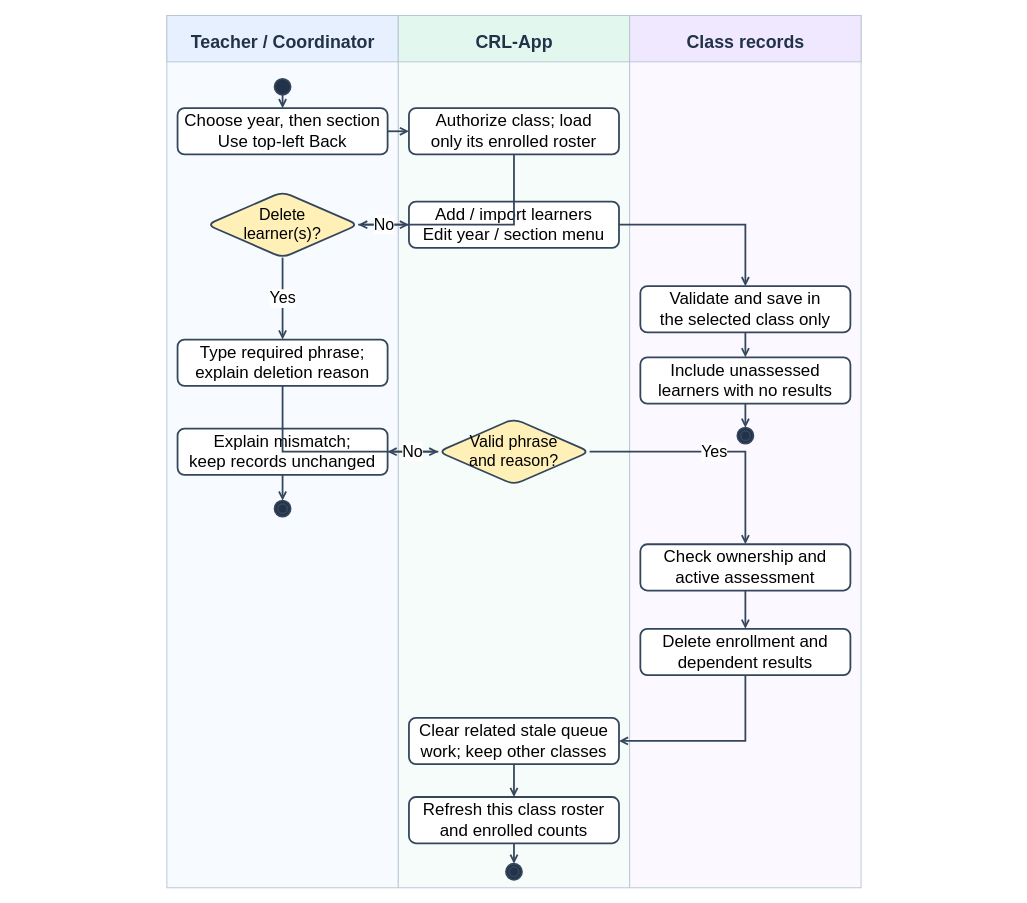
Earlier version of the draw.io diagram docs/diagrams/class-workspaces/figure-15-class-management.drawio (AkuSayangKamuJudaSayang/crl-app). Source tidied: cells renumbered, new cells numbered last; positions are measured from the earlier drawing's top-left corner, leaving out a move shared by most shapes. Both pictures are drawn from the tidied source at 89%, with x=0, y=0 at pixel (15, 15).
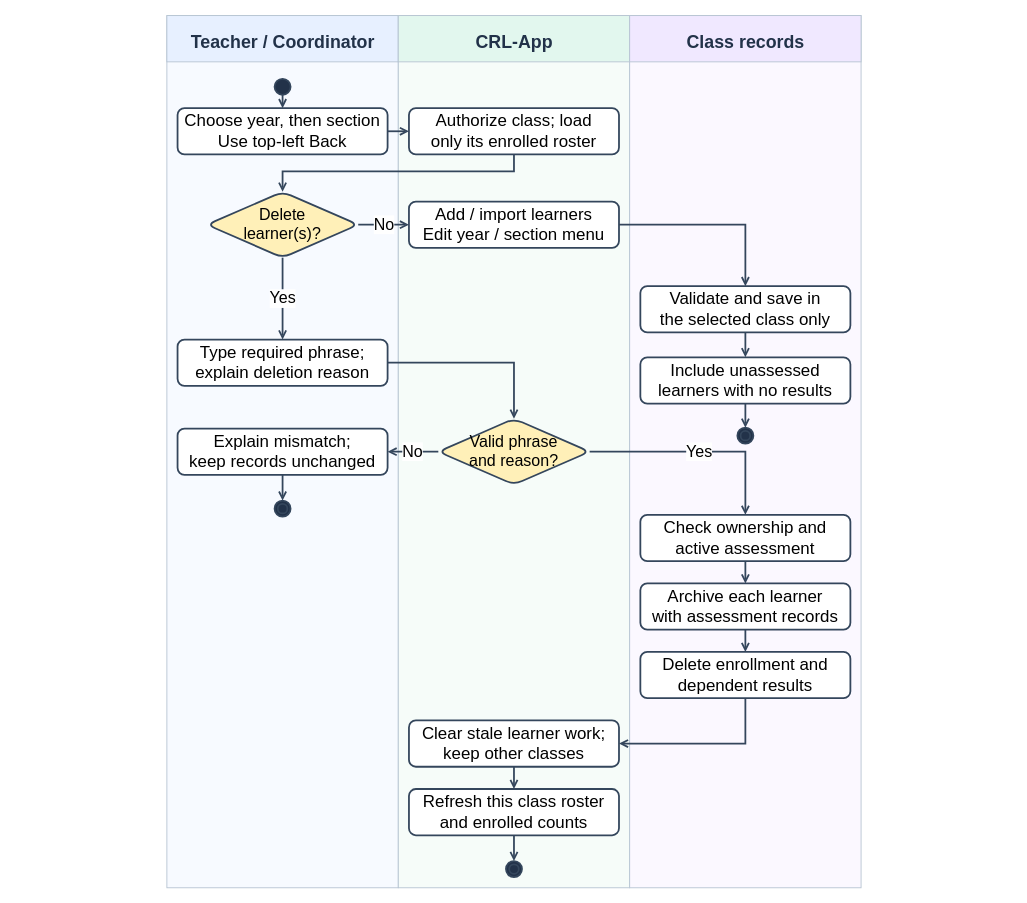
After the change.

The change refers to these unchanged cells:
```xml
<mxCell id="13" value="Authorize class; load&lt;br&gt;only its enrolled roster" style="rounded=1;whiteSpace=wrap;html=1;fillColor=#ffffff;strokeColor=#34465c;strokeWidth=2;fontSize=19;" parent="1" vertex="1">
  <mxGeometry x="442" y="104" width="236" height="52" as="geometry" />
</mxCell>
<mxCell id="14" value="Delete&lt;br&gt;learner(s)?" style="rounded=1;whiteSpace=wrap;html=1;fillColor=#ffffff;strokeColor=#34465c;strokeWidth=2;fontSize=19;shape=rhombus;fillColor=#fff0b8;fontSize=18;" parent="1" vertex="1">
  <mxGeometry x="215" y="198" width="170" height="74" as="geometry" />
</mxCell>
<mxCell id="19" value="Type required phrase;&lt;br&gt;explain deletion reason" style="rounded=1;whiteSpace=wrap;html=1;fillColor=#ffffff;strokeColor=#34465c;strokeWidth=2;fontSize=19;" parent="1" vertex="1">
  <mxGeometry x="182" y="364" width="236" height="52" as="geometry" />
</mxCell>
<mxCell id="20" value="Valid phrase&lt;br&gt;and reason?" style="rounded=1;whiteSpace=wrap;html=1;fillColor=#ffffff;strokeColor=#34465c;strokeWidth=2;fontSize=19;shape=rhombus;fillColor=#fff0b8;fontSize=18;" parent="1" vertex="1">
  <mxGeometry x="475" y="453" width="170" height="74" as="geometry" />
</mxCell>
```

Change to the diagram source:
```diff
@@
     <mxCell id="23" value="Check ownership and&lt;br&gt;active assessment" style="rounded=1;whiteSpace=wrap;html=1;fillColor=#ffffff;strokeColor=#34465c;strokeWidth=2;fontSize=19;" parent="1" vertex="1">
-      <mxGeometry x="702" y="594" width="236" height="52" as="geometry" />
+      <mxGeometry x="702" y="561" width="236" height="52" as="geometry" />
     </mxCell>
+    <mxCell id="44" value="Archive each learner&lt;br&gt;with assessment records" style="rounded=1;whiteSpace=wrap;html=1;fillColor=#ffffff;strokeColor=#34465c;strokeWidth=2;fontSize=19;" parent="1" vertex="1">
+      <mxGeometry x="702" y="638" width="236" height="52" as="geometry" />
+    </mxCell>
     <mxCell id="24" value="Delete enrollment and&lt;br&gt;dependent results" style="rounded=1;whiteSpace=wrap;html=1;fillColor=#ffffff;strokeColor=#34465c;strokeWidth=2;fontSize=19;" parent="1" vertex="1">
-      <mxGeometry x="702" y="689" width="236" height="52" as="geometry" />
+      <mxGeometry x="702" y="715" width="236" height="52" as="geometry" />
     </mxCell>
-    <mxCell id="25" value="Clear related stale queue&lt;br&gt;work; keep other classes" style="rounded=1;whiteSpace=wrap;html=1;fillColor=#ffffff;strokeColor=#34465c;strokeWidth=2;fontSize=19;" parent="1" vertex="1">
-      <mxGeometry x="442" y="789" width="236" height="52" as="geometry" />
+    <mxCell id="25" value="Clear stale learner work;&lt;br&gt;keep other classes" style="rounded=1;whiteSpace=wrap;html=1;fillColor=#ffffff;strokeColor=#34465c;strokeWidth=2;fontSize=19;" parent="1" vertex="1">
+      <mxGeometry x="442" y="792" width="236" height="52" as="geometry" />
     </mxCell>
     <mxCell id="26" value="Refresh this class roster&lt;br&gt;and enrolled counts" style="rounded=1;whiteSpace=wrap;html=1;fillColor=#ffffff;strokeColor=#34465c;strokeWidth=2;fontSize=19;" parent="1" vertex="1">
-      <mxGeometry x="442" y="878" width="236" height="52" as="geometry" />
+      <mxGeometry x="442" y="869" width="236" height="52" as="geometry" />
     </mxCell>
     <mxCell id="27" style="rounded=1;whiteSpace=wrap;html=1;fillColor=#ffffff;strokeColor=#34465c;strokeWidth=2;fontSize=19;shape=doubleEllipse;fillColor=#223249;" parent="1" vertex="1">
-      <mxGeometry x="551" y="953" width="18" height="18" as="geometry" />
+      <mxGeometry x="551" y="950" width="18" height="18" as="geometry" />
     </mxCell>
@@
-    <mxCell id="30" style="edgeStyle=orthogonalEdgeStyle;rounded=0;html=1;endArrow=open;strokeColor=#34465c;strokeWidth=2;exitX=0.5;exitY=1;entryX=1;entryY=0.5;fontSize=18;labelBackgroundColor=#ffffff;" parent="1" edge="1" source="13" target="14">
+    <mxCell id="30" style="edgeStyle=orthogonalEdgeStyle;rounded=0;html=1;endArrow=open;strokeColor=#34465c;strokeWidth=2;exitX=0.5;exitY=1;entryX=0.5;entryY=0;fontSize=18;labelBackgroundColor=#ffffff;" parent="1" edge="1" source="13" target="14">
       <mxGeometry relative="1" as="geometry">
         <Array as="points">
-          <mxPoint x="560" y="235" />
+          <mxPoint x="560" y="175" />
+          <mxPoint x="300" y="175" />
         </Array>
       </mxGeometry>
     </mxCell>
@@
-    <mxCell id="36" style="edgeStyle=orthogonalEdgeStyle;rounded=0;html=1;endArrow=open;strokeColor=#34465c;strokeWidth=2;exitX=0.5;exitY=1;entryX=0;entryY=0.5;fontSize=18;labelBackgroundColor=#ffffff;" parent="1" edge="1" source="19" target="20">
+    <mxCell id="36" style="edgeStyle=orthogonalEdgeStyle;rounded=0;html=1;endArrow=open;strokeColor=#34465c;strokeWidth=2;exitX=1;exitY=0.5;entryX=0.5;entryY=0;fontSize=18;labelBackgroundColor=#ffffff;" parent="1" edge="1" source="19" target="20">
       <mxGeometry relative="1" as="geometry">
         <Array as="points">
-          <mxPoint x="300" y="490" />
+          <mxPoint x="560" y="390" />
         </Array>
       </mxGeometry>
     </mxCell>
@@
-    <mxCell id="40" style="edgeStyle=orthogonalEdgeStyle;rounded=0;html=1;endArrow=open;strokeColor=#34465c;strokeWidth=2;exitX=0.5;exitY=1;entryX=0.5;entryY=0;fontSize=18;labelBackgroundColor=#ffffff;" parent="1" edge="1" source="23" target="24">
+    <mxCell id="40" style="edgeStyle=orthogonalEdgeStyle;rounded=0;html=1;endArrow=open;strokeColor=#34465c;strokeWidth=2;exitX=0.5;exitY=1;entryX=0.5;entryY=0;fontSize=18;labelBackgroundColor=#ffffff;" parent="1" edge="1" source="23" target="44">
       <mxGeometry relative="1" as="geometry" />
     </mxCell>
-    <mxCell id="41" style="edgeStyle=orthogonalEdgeStyle;rounded=0;html=1;endArrow=open;strokeColor=#34465c;strokeWidth=2;exitX=0.5;exitY=1;entryX=1;entryY=0.5;fontSize=18;labelBackgroundColor=#ffffff;" parent="1" edge="1" source="24" target="25">
-      <mxGeometry relative="1" as="geometry">
-        <Array as="points">
-          <mxPoint x="820" y="815" />
-        </Array>
-      </mxGeometry>
+    <mxCell id="41" style="edgeStyle=orthogonalEdgeStyle;rounded=0;html=1;endArrow=open;strokeColor=#34465c;strokeWidth=2;exitX=0.5;exitY=1;entryX=0.5;entryY=0;fontSize=18;labelBackgroundColor=#ffffff;" parent="1" edge="1" source="44" target="24">
+      <mxGeometry relative="1" as="geometry" />
     </mxCell>
-    <mxCell id="42" style="edgeStyle=orthogonalEdgeStyle;rounded=0;html=1;endArrow=open;strokeColor=#34465c;strokeWidth=2;exitX=0.5;exitY=1;entryX=0.5;entryY=0;fontSize=18;labelBackgroundColor=#ffffff;" parent="1" edge="1" source="25" target="26">
-      <mxGeometry relative="1" as="geometry" />
+    <mxCell id="42" style="edgeStyle=orthogonalEdgeStyle;rounded=0;html=1;endArrow=open;strokeColor=#34465c;strokeWidth=2;exitX=0.5;exitY=1;entryX=1;entryY=0.5;fontSize=18;labelBackgroundColor=#ffffff;" parent="1" edge="1" source="24" target="25">
+      <mxGeometry relative="1" as="geometry">
+        <Array as="points">
+          <mxPoint x="820" y="818" />
+        </Array>
+      </mxGeometry>
     </mxCell>
-    <mxCell id="43" style="edgeStyle=orthogonalEdgeStyle;rounded=0;html=1;endArrow=open;strokeColor=#34465c;strokeWidth=2;exitX=0.5;exitY=1;entryX=0.5;entryY=0;fontSize=18;labelBackgroundColor=#ffffff;" parent="1" edge="1" source="26" target="27">
+    <mxCell id="43" style="edgeStyle=orthogonalEdgeStyle;rounded=0;html=1;endArrow=open;strokeColor=#34465c;strokeWidth=2;exitX=0.5;exitY=1;entryX=0.5;entryY=0;fontSize=18;labelBackgroundColor=#ffffff;" parent="1" edge="1" source="25" target="26">
       <mxGeometry relative="1" as="geometry" />
     </mxCell>
+    <mxCell id="45" style="edgeStyle=orthogonalEdgeStyle;rounded=0;html=1;endArrow=open;strokeColor=#34465c;strokeWidth=2;exitX=0.5;exitY=1;entryX=0.5;entryY=0;fontSize=18;labelBackgroundColor=#ffffff;" parent="1" edge="1" source="26" target="27">
+      <mxGeometry relative="1" as="geometry" />
+    </mxCell>
```
